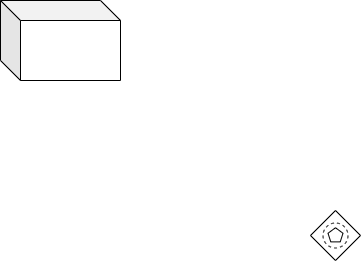
Earlier version of the draw.io export image001.png (vae1314/FlowChart). Source tidied: cells renumbered, new cells last; positions are measured from the earlier drawing's top-left corner, leaving out a move shared by most shapes. The source it was exported from:
```xml
<mxGraphModel>
  <root>
    <mxCell id="0" />
    <mxCell id="1" parent="0" />
    <mxCell id="2" style="shape=cube;whiteSpace=wrap;html=1;boundedLbl=1;backgroundOutline=1;darkOpacity=0.05;darkOpacity2=0.1;" parent="1" vertex="1">
      <mxGeometry width="120" height="80" as="geometry" />
    </mxCell>
    <mxCell id="3" style="shape=mxgraph.bpmn.shape;html=1;verticalLabelPosition=bottom;labelBackgroundColor=#ffffff;verticalAlign=top;align=center;perimeter=rhombusPerimeter;background=gateway;outline=eventNonint;symbol=multiple;" parent="1" vertex="1">
      <mxGeometry x="310" y="210" width="50" height="50" as="geometry" />
    </mxCell>
  </root>
</mxGraphModel>
```
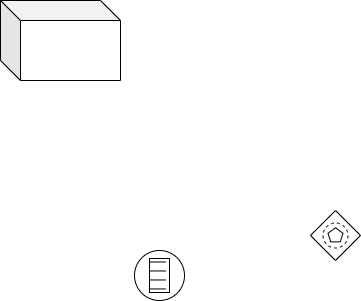
The same diagram one commit later.

The edit, as a diff of the source:
```diff
@@ -8,5 +8,8 @@
     <mxCell id="3" style="shape=mxgraph.bpmn.shape;html=1;verticalLabelPosition=bottom;labelBackgroundColor=#ffffff;verticalAlign=top;align=center;perimeter=rhombusPerimeter;background=gateway;outline=eventNonint;symbol=multiple;" parent="1" vertex="1">
       <mxGeometry x="310" y="210" width="50" height="50" as="geometry" />
     </mxCell>
+    <mxCell id="4" style="shape=mxgraph.bpmn.shape;html=1;verticalLabelPosition=bottom;labelBackgroundColor=#ffffff;verticalAlign=top;align=center;perimeter=ellipsePerimeter;outline=standard;symbol=conditional;" parent="1" vertex="1">
+      <mxGeometry x="134" y="250" width="50" height="50" as="geometry" />
+    </mxCell>
   </root>
 </mxGraphModel>
```
